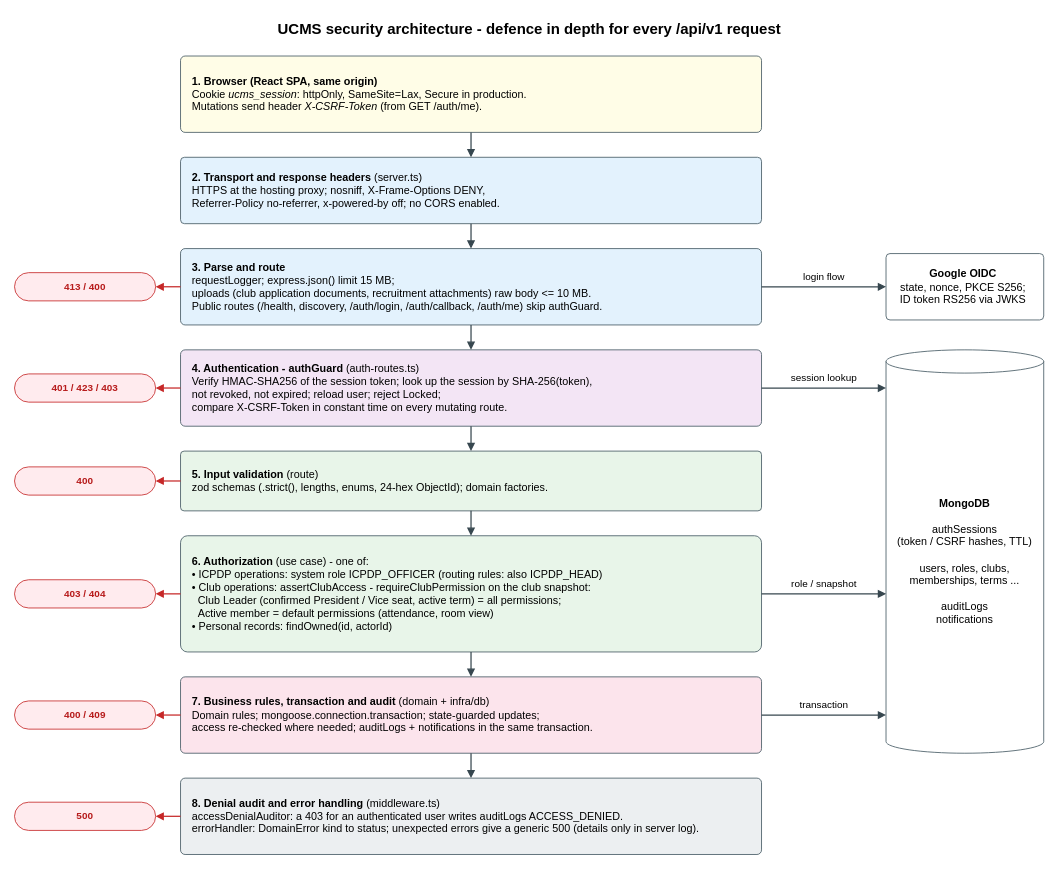
This is docs/03-diagrams/UCMS_Security_Architecture.drawio from nvdekay/ClubManagementSystem, a draw.io file, before an edit. Source tidied: cells renumbered, new cells numbered last; positions are measured from the earlier drawing's top-left corner, leaving out a move shared by most shapes. Both pictures are drawn from the tidied source at 83%, with x=0, y=0 at pixel (14, 14).
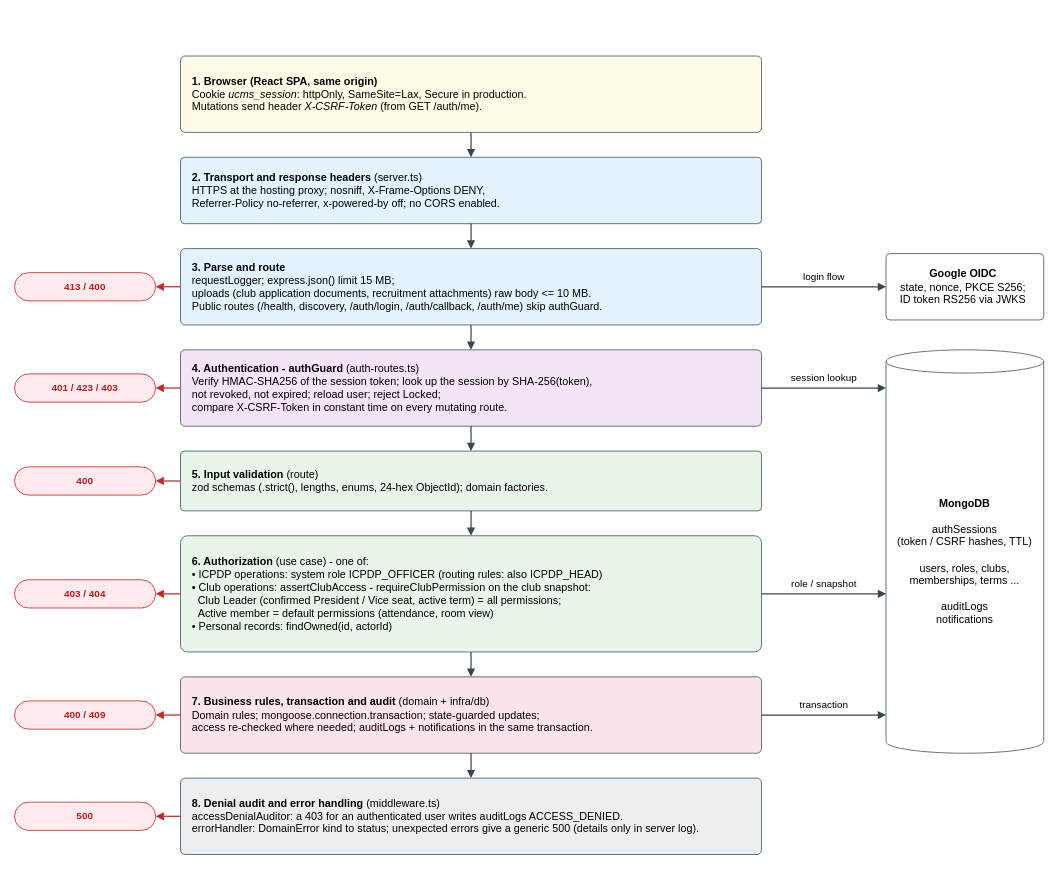
The same page after the edit.

Change to the diagram source:
```diff
@@
-    <mxCell id="2" value="UCMS security architecture - defence in depth for every /api/v1 request" style="text;html=1;fontSize=18;fontStyle=1;align=center;verticalAlign=middle;" parent="1" vertex="1">
-      <mxGeometry width="1240" height="36" as="geometry" />
-    </mxCell>
```
